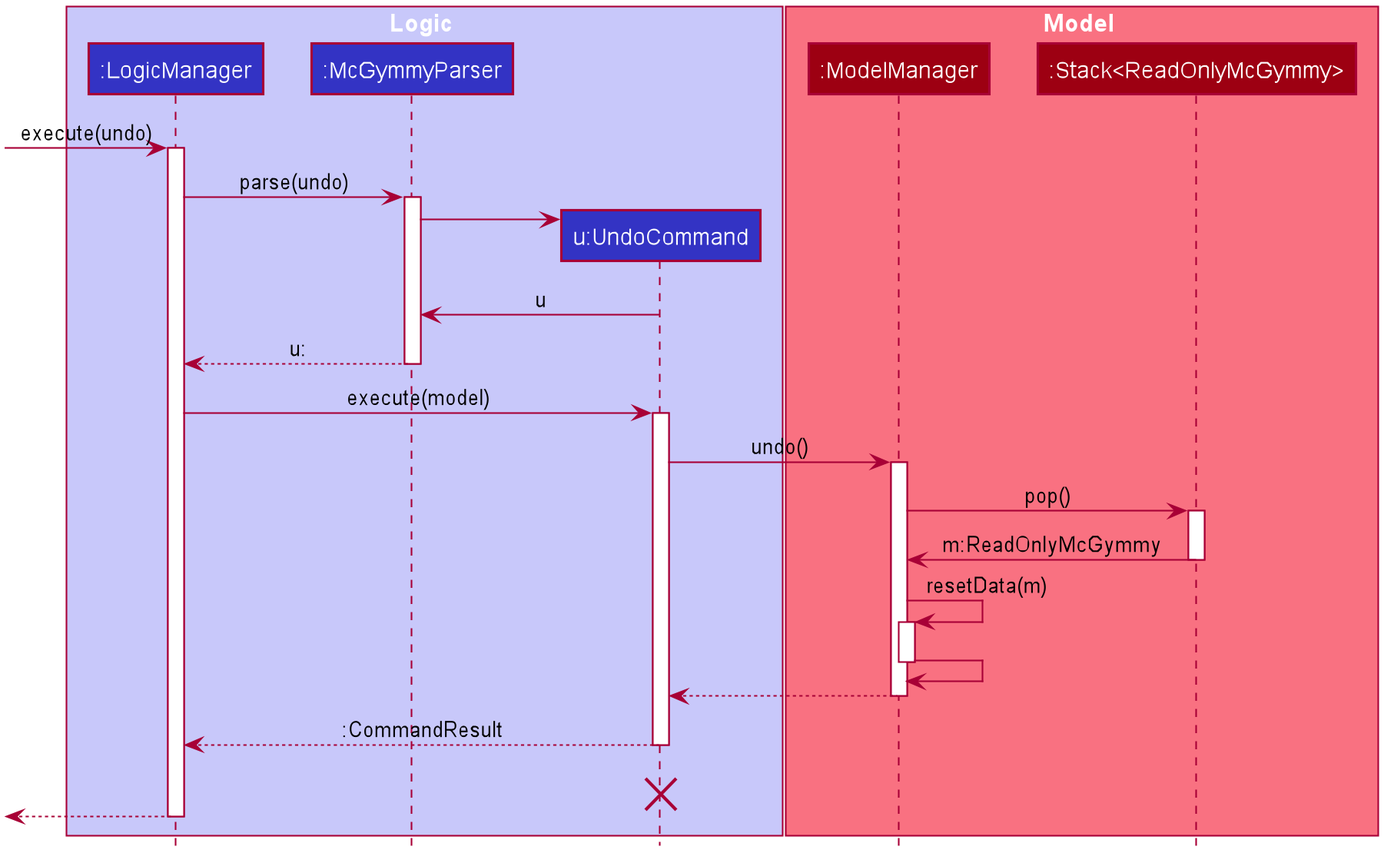
This is docs/images/UndoSequenceDiagram.png from nus-cs2103-AY2021S1/tp, a PlantUML export, as it was before one commit.
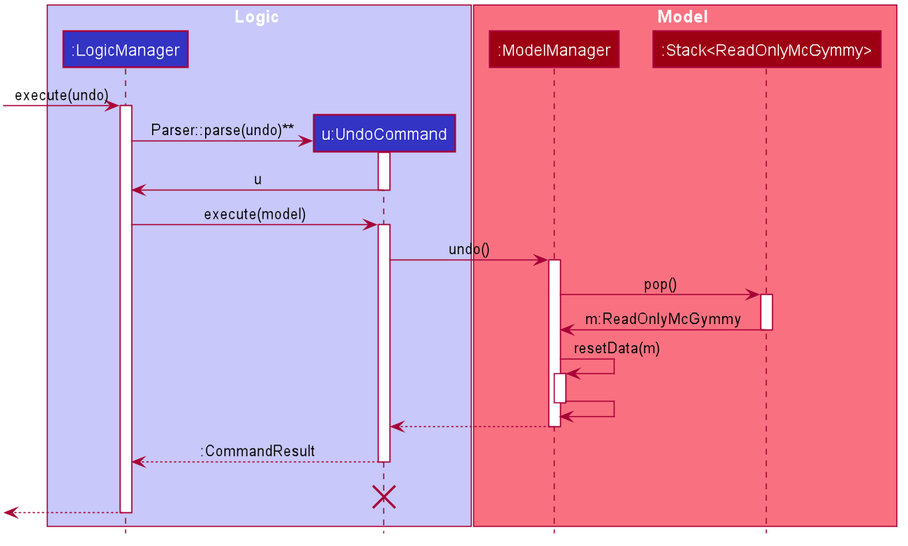
After the commit.

Commit message:
Remove McGymmyParser from UndoSequenceDiagram

Change to the diagram source:
```diff
@@ -50,7 +50,6 @@
 
 box Logic #C8C8FA
 participant ":LogicManager" as LogicManager #3333C4
-participant ":McGymmyParser" as McGymmyParser #3333C4
 participant "u:UndoCommand" as UndoCommand #3333C4
 end box
 
@@ -62,16 +61,12 @@
 [-> LogicManager : execute(undo)
 activate LogicManager
 
-LogicManager -> McGymmyParser : parse(undo)
-activate McGymmyParser
+create UndoCommand
+LogicManager -> UndoCommand : Parser::parse(undo)**
+activate UndoCommand
 
-create UndoCommand
-McGymmyParser -> UndoCommand
-
-UndoCommand -> McGymmyParser : u
-
-McGymmyParser --> LogicManager : u:
-deactivate McGymmyParser
+UndoCommand -> LogicManager : u
+deactivate UndoCommand
 
 LogicManager -> UndoCommand : execute(model)
 activate UndoCommand
```
